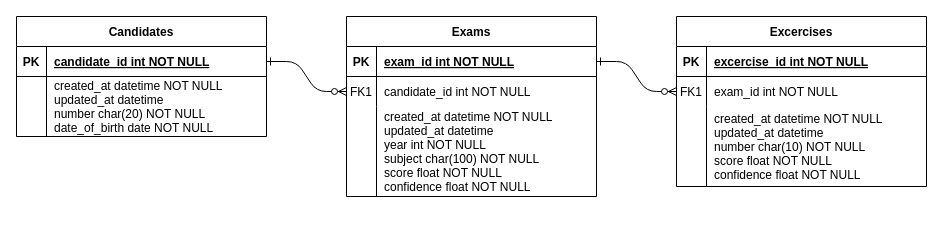
Earlier version of the draw.io diagram doc/backend/db/erm/erm.drawio (pm4-graders/3ES). Source tidied: cells renumbered, new cells numbered last; positions are measured from the earlier drawing's top-left corner, leaving out a move shared by most shapes. Both pictures are drawn from the tidied source at 100%, with x=0, y=0 at pixel (16, 16).
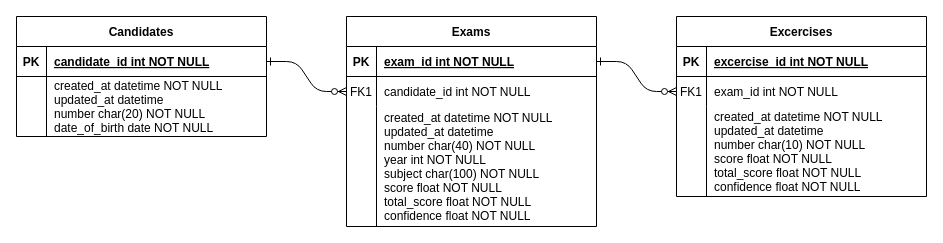
The same page after the edit.

Commit message (it also covers changes not shown here):
fields added: exam.number, exam.total_score & exercise.total_score (internally moved from max_score)

Change to the diagram source:
```diff
@@
     <mxCell id="4" value="Exams" style="shape=table;startSize=30;childLayout=tableLayout;rowLines=0;fontStyle=1;align=center;" parent="1" vertex="1">
-      <mxGeometry x="330" width="250" height="180" as="geometry" />
+      <mxGeometry x="330" width="250" height="210" as="geometry" />
     </mxCell>
@@
     <mxCell id="11" style="shape=partialRectangle;fillColor=none;top=0;left=0;right=0;bottom=0;" parent="4" vertex="1">
-      <mxGeometry y="90" width="250" height="90" as="geometry" />
+      <mxGeometry y="90" width="250" height="120" as="geometry" />
     </mxCell>
     <mxCell id="12" style="shape=partialRectangle;overflow=hidden;fillColor=none;top=0;left=0;bottom=0;right=0;" parent="11" vertex="1">
-      <mxGeometry width="30" height="90" as="geometry" />
+      <mxGeometry width="30" height="120" as="geometry" />
     </mxCell>
-    <mxCell id="13" value="created_at datetime NOT NULL&#10;updated_at datetime&#10;year int NOT NULL&#10;subject char(100) NOT NULL&#10;score float NOT NULL&#10;confidence float NOT NULL" style="shape=partialRectangle;overflow=hidden;fillColor=none;top=0;left=0;bottom=0;right=0;align=left;spacingLeft=6;" parent="11" vertex="1">
-      <mxGeometry x="30" width="220" height="90" as="geometry" />
+    <mxCell id="13" value="created_at datetime NOT NULL&#10;updated_at datetime&#10;number char(40) NOT NULL&#10;year int NOT NULL&#10;subject char(100) NOT NULL&#10;score float NOT NULL&#10;total_score float NOT NULL&#10;confidence float NOT NULL" style="shape=partialRectangle;overflow=hidden;fillColor=none;top=0;left=0;bottom=0;right=0;align=left;spacingLeft=6;" parent="11" vertex="1">
+      <mxGeometry x="30" width="220" height="120" as="geometry" />
     </mxCell>
     <mxCell id="14" value="Excercises" style="shape=table;startSize=30;childLayout=tableLayout;rowLines=0;fontStyle=1;align=center;" parent="1" vertex="1">
-      <mxGeometry x="660" width="250" height="170" as="geometry" />
+      <mxGeometry x="660" width="250" height="180" as="geometry" />
     </mxCell>
@@
     <mxCell id="21" style="shape=partialRectangle;fillColor=none;top=0;left=0;right=0;bottom=0;" parent="14" vertex="1">
-      <mxGeometry y="90" width="250" height="80" as="geometry" />
+      <mxGeometry y="90" width="250" height="90" as="geometry" />
     </mxCell>
     <mxCell id="22" style="shape=partialRectangle;overflow=hidden;fillColor=none;top=0;left=0;bottom=0;right=0;" parent="21" vertex="1">
-      <mxGeometry width="30" height="80" as="geometry" />
+      <mxGeometry width="30" height="90" as="geometry" />
     </mxCell>
-    <mxCell id="23" value="created_at datetime NOT NULL&#10;updated_at datetime&#10;number char(10) NOT NULL&#10;score float NOT NULL&#10;confidence float NOT NULL" style="shape=partialRectangle;overflow=hidden;fillColor=none;top=0;left=0;bottom=0;right=0;align=left;spacingLeft=6;" parent="21" vertex="1">
-      <mxGeometry x="30" width="220" height="80" as="geometry" />
+    <mxCell id="23" value="created_at datetime NOT NULL&#10;updated_at datetime&#10;number char(10) NOT NULL&#10;score float NOT NULL&#10;total_score float NOT NULL&#10;confidence float NOT NULL" style="shape=partialRectangle;overflow=hidden;fillColor=none;top=0;left=0;bottom=0;right=0;align=left;spacingLeft=6;" parent="21" vertex="1">
+      <mxGeometry x="30" width="220" height="90" as="geometry" />
     </mxCell>
```
